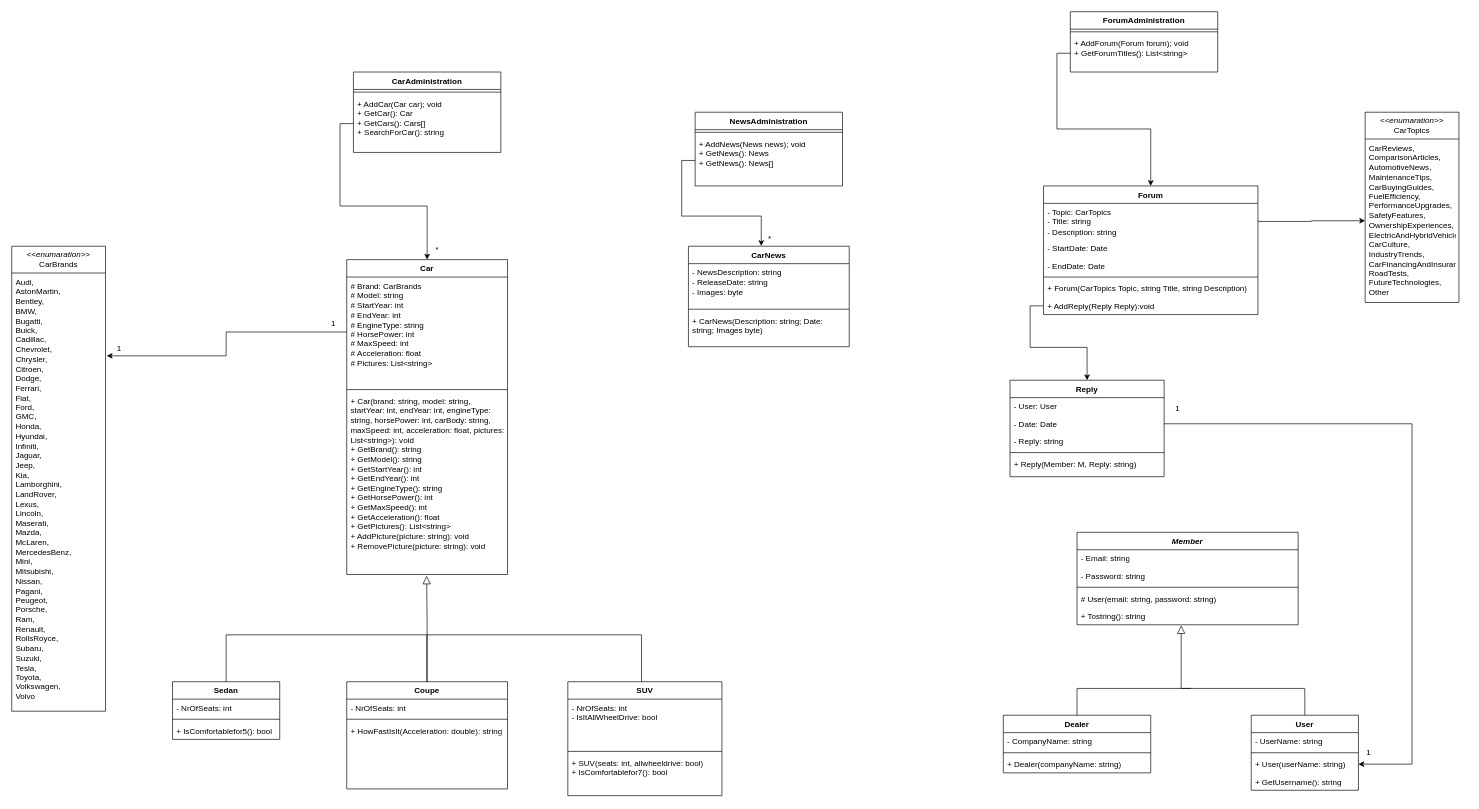
Above: UML/UML diagram.drawio in AtanasDimitrov12/The-world-of-cars (draw.io), before the change. Source tidied: cells renumbered, new cells numbered last; positions are measured from the earlier drawing's top-left corner, leaving out a move shared by most shapes. Both pictures are drawn from the tidied source at 67%, with x=0, y=0 at pixel (11, 11).
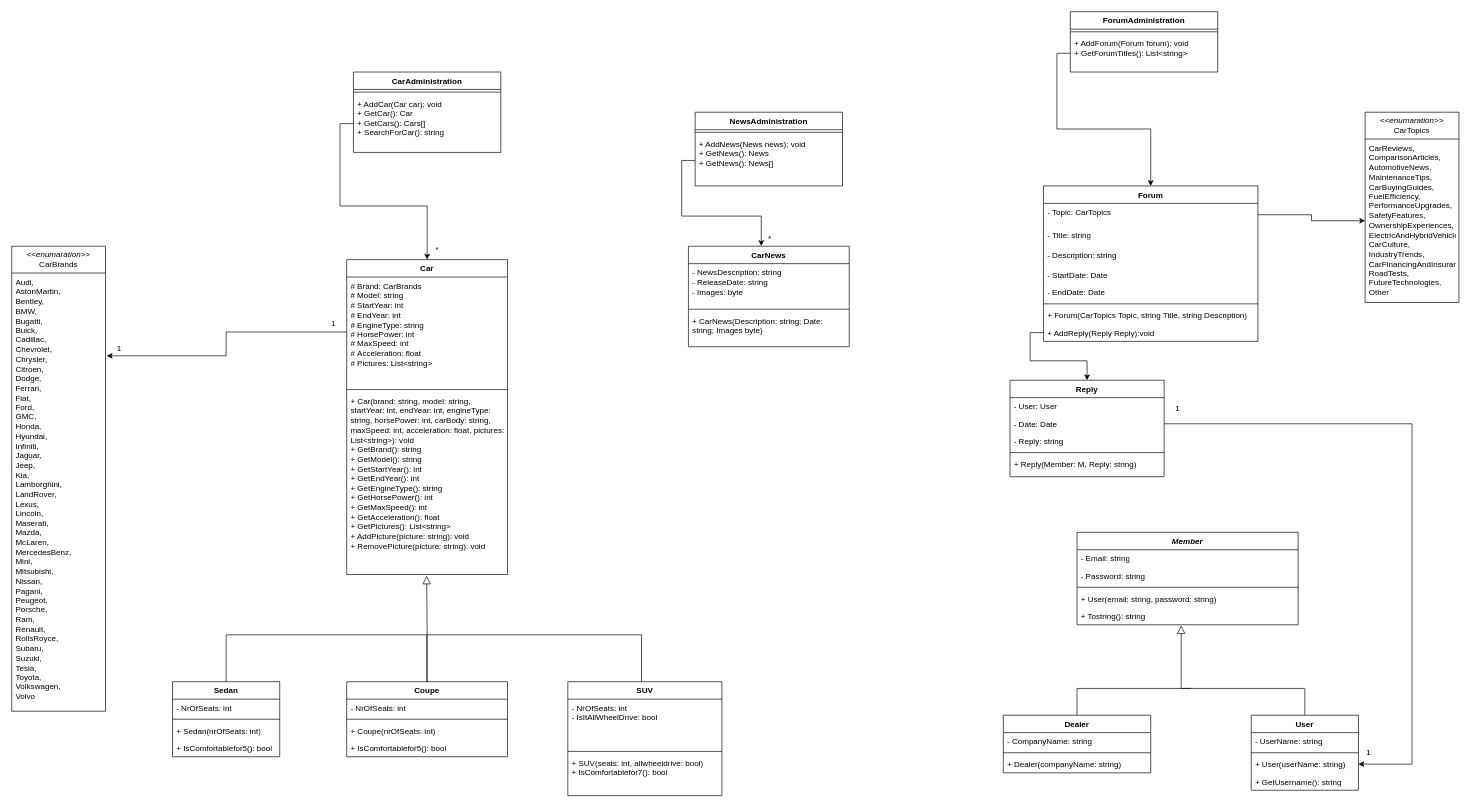
After the change.

The change refers to these unchanged cells:
```xml
<mxCell id="62" value="&lt;i&gt;Member&lt;/i&gt;" style="swimlane;fontStyle=1;align=center;verticalAlign=top;horizontal=1;startSize=26;whiteSpace=wrap;html=1;" parent="1" vertex="1">
  <mxGeometry x="1590" y="777" width="330" height="138" as="geometry" />
</mxCell>
```

Change to the diagram source:
```diff
@@
     <mxCell id="6" value="Sedan" style="swimlane;fontStyle=1;align=center;verticalAlign=top;horizontal=1;startSize=26;whiteSpace=wrap;html=1;" parent="1" vertex="1">
-      <mxGeometry x="240" y="1000" width="160" height="86" as="geometry" />
+      <mxGeometry x="240" y="1000" width="160" height="112" as="geometry" />
     </mxCell>
@@
-    <mxCell id="9" value="+ IsComfortablefor5(): bool" style="text;strokeColor=none;fillColor=none;align=left;verticalAlign=top;spacingLeft=4;spacingRight=4;overflow=hidden;whiteSpace=wrap;html=1;" parent="6" vertex="1">
-      <mxGeometry y="60" width="160" height="26" as="geometry" />
-    </mxCell>
+    <mxCell id="84" value="+ Sedan(nrOfSeats: int)" style="text;strokeColor=none;fillColor=none;align=left;verticalAlign=top;spacingLeft=4;spacingRight=4;overflow=hidden;whiteSpace=wrap;html=1;" parent="6" vertex="1">
+      <mxGeometry y="60" width="160" height="26" as="geometry" />
+    </mxCell>
+    <mxCell id="85" value="+ IsComfortablefor5(): bool" style="text;strokeColor=none;fillColor=none;align=left;verticalAlign=top;spacingLeft=4;spacingRight=4;overflow=hidden;whiteSpace=wrap;html=1;" parent="6" vertex="1">
+      <mxGeometry y="86" width="160" height="26" as="geometry" />
+    </mxCell>
     <mxCell id="10" value="Coupe" style="swimlane;fontStyle=1;align=center;verticalAlign=top;horizontal=1;startSize=26;whiteSpace=wrap;html=1;" parent="1" vertex="1">
-      <mxGeometry x="500" y="1000" width="240" height="160" as="geometry" />
+      <mxGeometry x="500" y="1000" width="240" height="112" as="geometry" />
     </mxCell>
@@
-    <mxCell id="13" value="+ HowFastIsIt(Acceleration: double): string" style="text;strokeColor=none;fillColor=none;align=left;verticalAlign=top;spacingLeft=4;spacingRight=4;overflow=hidden;whiteSpace=wrap;html=1;" parent="10" vertex="1">
-      <mxGeometry y="60" width="240" height="100" as="geometry" />
-    </mxCell>
+    <mxCell id="86" value="+ Coupe(nrOfSeats: int)" style="text;strokeColor=none;fillColor=none;align=left;verticalAlign=top;spacingLeft=4;spacingRight=4;overflow=hidden;whiteSpace=wrap;html=1;" parent="10" vertex="1">
+      <mxGeometry y="60" width="240" height="26" as="geometry" />
+    </mxCell>
+    <mxCell id="9" value="+ IsComfortablefor5(): bool" style="text;strokeColor=none;fillColor=none;align=left;verticalAlign=top;spacingLeft=4;spacingRight=4;overflow=hidden;whiteSpace=wrap;html=1;" parent="10" vertex="1">
+      <mxGeometry y="86" width="240" height="26" as="geometry" />
+    </mxCell>
@@
     <mxCell id="36" value="Forum" style="swimlane;fontStyle=1;align=center;verticalAlign=top;horizontal=1;startSize=26;whiteSpace=wrap;html=1;" parent="1" vertex="1">
-      <mxGeometry x="1540" y="260" width="320" height="192" as="geometry" />
+      <mxGeometry x="1540" y="260" width="320" height="232" as="geometry" />
     </mxCell>
-    <mxCell id="37" value="- Topic: CarTopics&lt;div&gt;- Title: string&lt;/div&gt;&lt;div&gt;- Description: string&lt;/div&gt;&lt;div&gt;&lt;br&gt;&lt;/div&gt;" style="text;strokeColor=none;fillColor=none;align=left;verticalAlign=top;spacingLeft=4;spacingRight=4;overflow=hidden;points=[[0,0.5],[1,0.5]];portConstraint=eastwest;whiteSpace=wrap;html=1;" parent="36" vertex="1">
-      <mxGeometry y="26" width="320" height="54" as="geometry" />
+    <mxCell id="37" value="- Topic: CarTopics&lt;div&gt;&lt;br&gt;&lt;/div&gt;&lt;div&gt;&lt;br&gt;&lt;/div&gt;&lt;div&gt;&lt;br&gt;&lt;/div&gt;" style="text;strokeColor=none;fillColor=none;align=left;verticalAlign=top;spacingLeft=4;spacingRight=4;overflow=hidden;points=[[0,0.5],[1,0.5]];portConstraint=eastwest;whiteSpace=wrap;html=1;" parent="36" vertex="1">
+      <mxGeometry y="26" width="320" height="34" as="geometry" />
     </mxCell>
+    <mxCell id="87" value="- Title: string" style="text;strokeColor=none;fillColor=none;align=left;verticalAlign=top;spacingLeft=4;spacingRight=4;overflow=hidden;whiteSpace=wrap;html=1;" parent="36" vertex="1">
+      <mxGeometry y="60" width="320" height="30" as="geometry" />
+    </mxCell>
+    <mxCell id="88" value="- Description: string" style="text;strokeColor=none;fillColor=none;align=left;verticalAlign=top;spacingLeft=4;spacingRight=4;overflow=hidden;whiteSpace=wrap;html=1;" parent="36" vertex="1">
+      <mxGeometry y="90" width="320" height="30" as="geometry" />
+    </mxCell>
     <mxCell id="38" value="- StartDate: Date" style="text;strokeColor=none;fillColor=none;align=left;verticalAlign=top;spacingLeft=4;spacingRight=4;overflow=hidden;whiteSpace=wrap;html=1;" parent="36" vertex="1">
-      <mxGeometry y="80" width="320" height="26" as="geometry" />
+      <mxGeometry y="120" width="320" height="26" as="geometry" />
     </mxCell>
     <mxCell id="39" value="- EndDate: Date" style="text;strokeColor=none;fillColor=none;align=left;verticalAlign=top;spacingLeft=4;spacingRight=4;overflow=hidden;whiteSpace=wrap;html=1;" parent="36" vertex="1">
-      <mxGeometry y="106" width="320" height="26" as="geometry" />
+      <mxGeometry y="146" width="320" height="26" as="geometry" />
     </mxCell>
     <mxCell id="40" style="line;strokeWidth=1;fillColor=none;align=left;verticalAlign=middle;spacingTop=-1;spacingLeft=3;spacingRight=3;labelPosition=right;strokeColor=inherit;" parent="36" vertex="1">
-      <mxGeometry y="132" width="320" height="8" as="geometry" />
+      <mxGeometry y="172" width="320" height="8" as="geometry" />
     </mxCell>
     <mxCell id="41" value="+ Forum(CarTopics Topic, string Title, string Description)" style="text;strokeColor=none;fillColor=none;align=left;verticalAlign=top;spacingLeft=4;spacingRight=4;overflow=hidden;whiteSpace=wrap;html=1;" parent="36" vertex="1">
-      <mxGeometry y="140" width="320" height="26" as="geometry" />
+      <mxGeometry y="180" width="320" height="26" as="geometry" />
     </mxCell>
     <mxCell id="42" value="+ AddReply(Reply Reply):void" style="text;strokeColor=none;fillColor=none;align=left;verticalAlign=top;spacingLeft=4;spacingRight=4;overflow=hidden;points=[[0,0.5],[1,0.5]];portConstraint=eastwest;whiteSpace=wrap;html=1;" parent="36" vertex="1">
-      <mxGeometry y="166" width="320" height="26" as="geometry" />
+      <mxGeometry y="206" width="320" height="26" as="geometry" />
     </mxCell>
@@
-    <mxCell id="66" value="# User(email: string, password: string)" style="text;strokeColor=none;fillColor=none;align=left;verticalAlign=top;spacingLeft=4;spacingRight=4;overflow=hidden;whiteSpace=wrap;html=1;" parent="62" vertex="1">
+    <mxCell id="66" value="+ User(email: string, password: string)" style="text;strokeColor=none;fillColor=none;align=left;verticalAlign=top;spacingLeft=4;spacingRight=4;overflow=hidden;whiteSpace=wrap;html=1;" parent="62" vertex="1">
       <mxGeometry y="86" width="330" height="26" as="geometry" />
     </mxCell>
```
